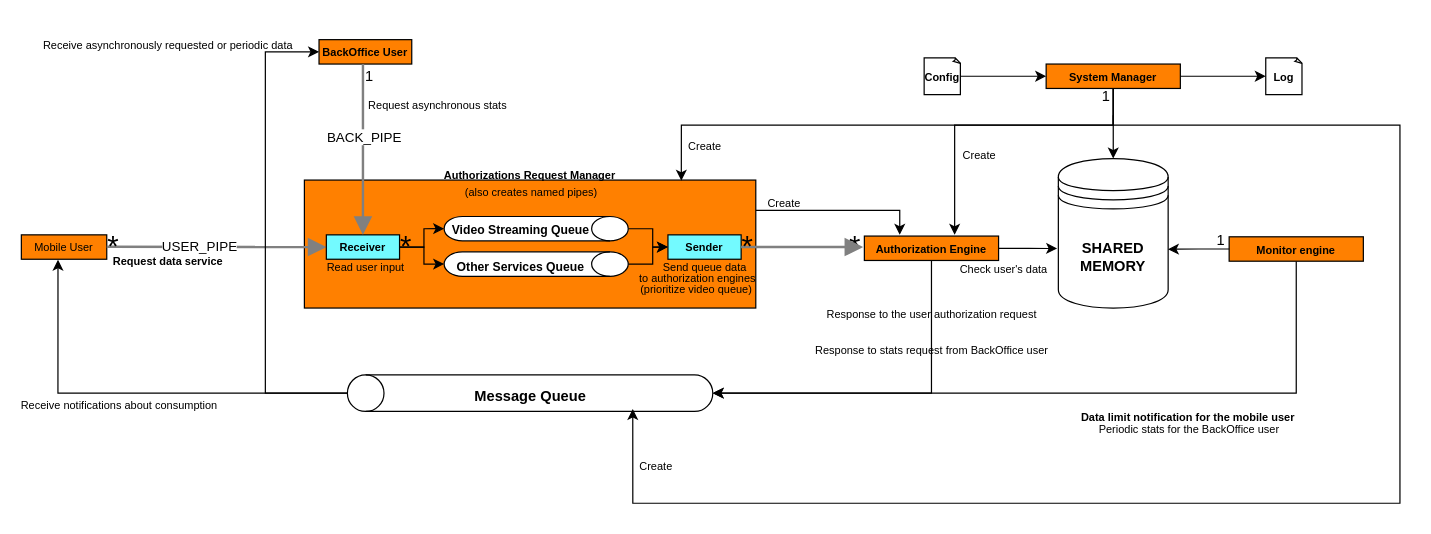
Earlier version of the draw.io diagram Diagram.drawio (NunoMBatista/SO-Final-Project). Source tidied: cells renumbered, new cells numbered last; positions are measured from the earlier drawing's top-left corner, leaving out a move shared by most shapes. Both pictures are drawn from the tidied source at 122%, with x=0, y=0 at pixel (21, 21).
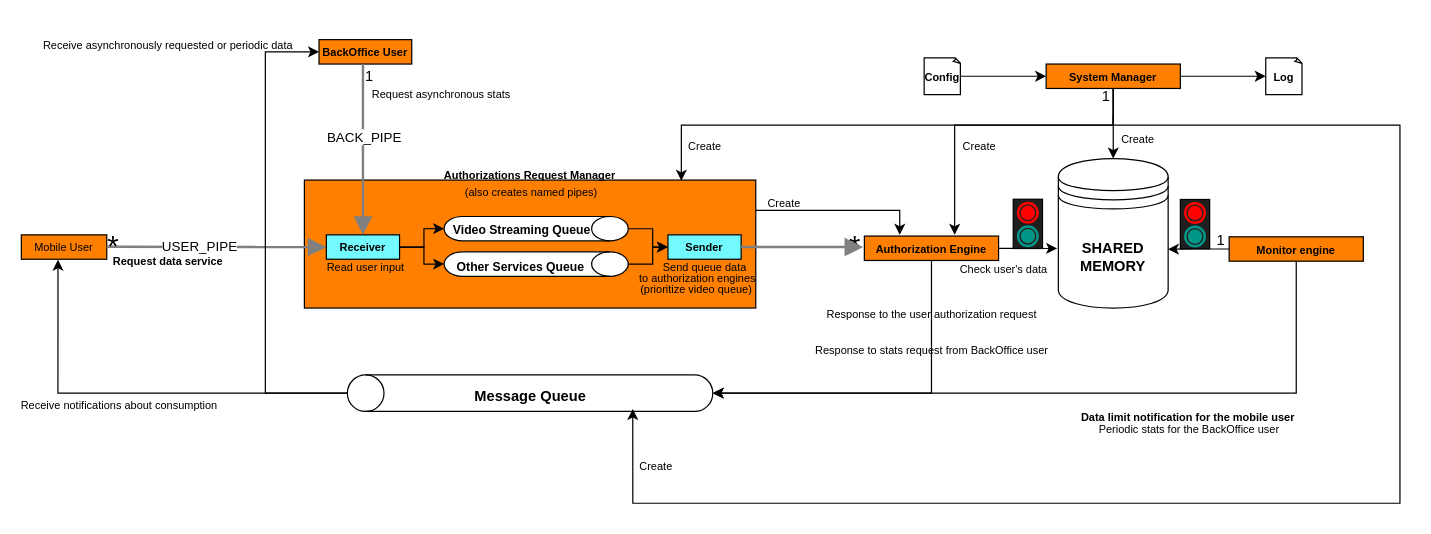
The same diagram, later.

Commit message (it also covers changes not shown here):
diagram semaphores

The edit, as a diff of the source:
```diff
@@
     <mxCell id="12" value="&lt;font style=&quot;font-size: 10px;&quot;&gt;Video Streaming Queue&lt;/font&gt;" style="text;strokeColor=none;fillColor=none;html=1;fontSize=24;fontStyle=1;verticalAlign=middle;align=center;" parent="1" vertex="1">
-      <mxGeometry x="359" y="146.8" width="100" height="40" as="geometry" />
+      <mxGeometry x="359" y="146.8" width="101" height="40" as="geometry" />
     </mxCell>
@@
-    <mxCell id="27" value="&lt;font style=&quot;font-size: 24px;&quot;&gt;*&lt;/font&gt;" style="text;html=1;align=center;verticalAlign=middle;strokeColor=none;fillColor=none;" parent="1" vertex="1">
-      <mxGeometry x="580" y="164.6" width="30" height="40" as="geometry" />
-    </mxCell>
-    <mxCell id="28" value="&lt;font style=&quot;font-size: 24px;&quot;&gt;*&lt;/font&gt;" style="text;html=1;align=center;verticalAlign=middle;strokeColor=none;fillColor=none;" parent="1" vertex="1">
-      <mxGeometry x="300" y="165" width="30" height="40" as="geometry" />
-    </mxCell>
@@
     <mxCell id="53" value="&lt;div&gt;&lt;font style=&quot;font-size: 9px;&quot;&gt;&lt;span style=&quot;font-weight: normal;&quot;&gt;Request asynchronous stats&lt;/span&gt;&lt;br&gt;&lt;/font&gt;&lt;/div&gt;" style="text;strokeColor=none;fillColor=none;html=1;fontSize=24;fontStyle=1;verticalAlign=middle;align=center;rotation=0;" parent="1" vertex="1">
-      <mxGeometry x="271" y="49" width="140" height="30" as="geometry" />
+      <mxGeometry x="274" y="40" width="140" height="30" as="geometry" />
     </mxCell>
@@
     <mxCell id="56" value="&lt;div&gt;&lt;font style=&quot;font-size: 9px;&quot;&gt;Create &lt;/font&gt;&lt;/div&gt;" style="text;strokeColor=none;fillColor=none;html=1;fontSize=24;fontStyle=0;verticalAlign=middle;align=center;rotation=0;" parent="1" vertex="1">
-      <mxGeometry x="770" y="90" width="30" height="30" as="geometry" />
+      <mxGeometry x="770" y="82.5" width="30" height="30" as="geometry" />
     </mxCell>
@@
+    <mxCell id="64" style="rounded=0;whiteSpace=wrap;html=1;fillColor=#1F1F1F;" parent="1" vertex="1">
+      <mxGeometry x="813" y="145.8" width="24" height="40.4" as="geometry" />
+    </mxCell>
+    <mxCell id="65" style="dashed=0;labelPosition=right;align=left;shape=mxgraph.gmdl.radiobutton;strokeColor=#009587;fillColor=#009587;strokeWidth=2;sketch=0;html=1;" parent="1" vertex="1">
+      <mxGeometry x="817" y="168.1" width="16" height="16" as="geometry" />
+    </mxCell>
+    <mxCell id="66" style="dashed=0;labelPosition=right;align=left;shape=mxgraph.gmdl.radiobutton;strokeColor=#FF0000;fillColor=#FF0000;strokeWidth=2;sketch=0;html=1;" parent="1" vertex="1">
+      <mxGeometry x="817" y="148.9" width="16" height="16" as="geometry" />
+    </mxCell>
+    <mxCell id="67" style="rounded=0;whiteSpace=wrap;html=1;fillColor=#1F1F1F;" parent="1" vertex="1">
+      <mxGeometry x="950" y="146" width="24" height="40.4" as="geometry" />
+    </mxCell>
+    <mxCell id="68" style="dashed=0;labelPosition=right;align=left;shape=mxgraph.gmdl.radiobutton;strokeColor=#009587;fillColor=#009587;strokeWidth=2;sketch=0;html=1;" parent="1" vertex="1">
+      <mxGeometry x="954" y="168.4" width="16" height="16" as="geometry" />
+    </mxCell>
+    <mxCell id="69" style="dashed=0;labelPosition=right;align=left;shape=mxgraph.gmdl.radiobutton;strokeColor=#FF0000;fillColor=#FF0000;strokeWidth=2;sketch=0;html=1;" parent="1" vertex="1">
+      <mxGeometry x="954" y="149.1" width="16" height="16" as="geometry" />
+    </mxCell>
+    <mxCell id="70" value="&lt;div&gt;&lt;font style=&quot;font-size: 9px;&quot;&gt;Create &lt;/font&gt;&lt;/div&gt;" style="text;strokeColor=none;fillColor=none;html=1;fontSize=24;fontStyle=0;verticalAlign=middle;align=center;rotation=0;" parent="1" vertex="1">
+      <mxGeometry x="900" y="77" width="30" height="30" as="geometry" />
+    </mxCell>
```
